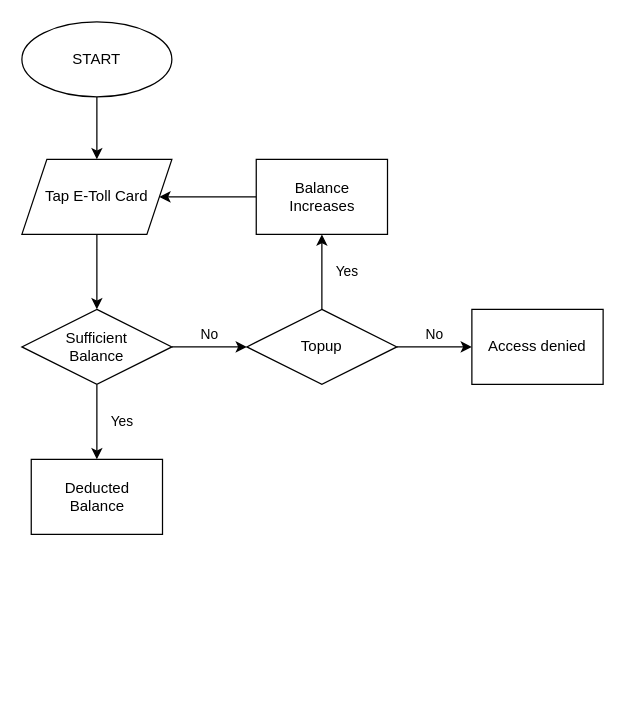
Earlier version of the draw.io diagram flowchart-EToll.drawio (PashaAkbar/Anwaripasha-Akbar-EToll). Source tidied: cells renumbered, new cells numbered last; positions are measured from the earlier drawing's top-left corner, leaving out a move shared by most shapes. Both pictures are drawn from the tidied source at 125%, with x=0, y=0 at pixel (21, 21).
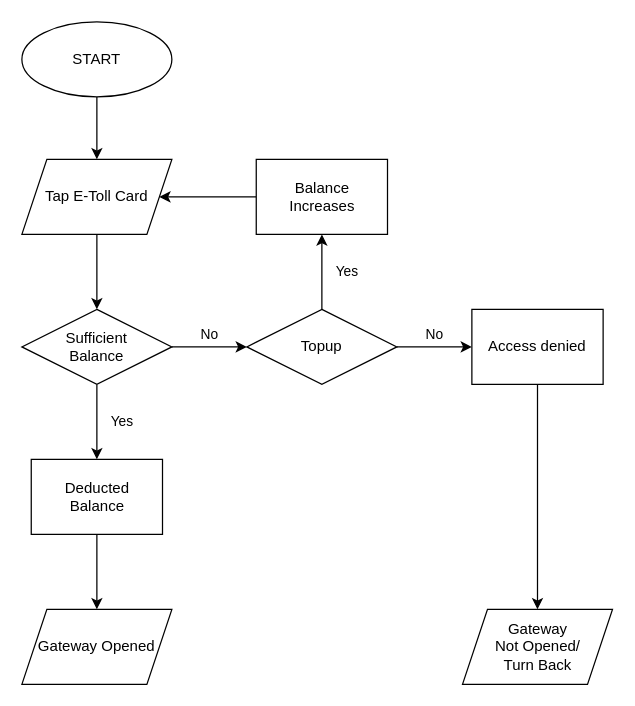
The same diagram, later.

Commit message:
Membuat Data Gateway Opened dan Gateway Not Opened and Turn Back

The edit, as a diff of the source:
```diff
@@
 <mxGraphModel>
   <root>
     <mxCell id="0" />
     <mxCell id="1" parent="0" />
     <mxCell id="2" style="edgeStyle=none;html=1;" parent="1" edge="1" source="3" target="5">
       <mxGeometry relative="1" as="geometry" />
     </mxCell>
     <mxCell id="3" value="START" style="ellipse;whiteSpace=wrap;html=1;" parent="1" vertex="1">
       <mxGeometry width="120" height="60" as="geometry" />
     </mxCell>
     <mxCell id="4" style="edgeStyle=none;html=1;" parent="1" edge="1" source="5" target="8">
       <mxGeometry relative="1" as="geometry" />
     </mxCell>
     <mxCell id="5" value="Tap E-Toll Card" style="shape=parallelogram;perimeter=parallelogramPerimeter;whiteSpace=wrap;html=1;fixedSize=1;" parent="1" vertex="1">
       <mxGeometry y="110" width="120" height="60" as="geometry" />
     </mxCell>
     <mxCell id="6" value="Yes" style="edgeStyle=none;html=1;" parent="1" edge="1" source="8" target="12">
       <mxGeometry y="20" relative="1" as="geometry" />
     </mxCell>
     <mxCell id="7" value="No" style="edgeStyle=none;html=1;" parent="1" edge="1" source="8" target="11">
       <mxGeometry y="10" relative="1" as="geometry" />
     </mxCell>
     <mxCell id="8" value="Sufficient&lt;br&gt;Balance" style="rhombus;whiteSpace=wrap;html=1;" parent="1" vertex="1">
       <mxGeometry y="230" width="120" height="60" as="geometry" />
     </mxCell>
     <mxCell id="9" value="Yes" style="edgeStyle=none;html=1;" parent="1" edge="1" source="11" target="14">
       <mxGeometry y="-20" relative="1" as="geometry" />
     </mxCell>
     <mxCell id="10" value="No" style="edgeStyle=none;html=1;" parent="1" edge="1" source="11" target="15">
       <mxGeometry y="10" relative="1" as="geometry" />
     </mxCell>
     <mxCell id="11" value="Topup" style="rhombus;whiteSpace=wrap;html=1;" parent="1" vertex="1">
       <mxGeometry x="180" y="230" width="120" height="60" as="geometry" />
     </mxCell>
+    <mxCell id="16" style="edgeStyle=none;html=1;" parent="1" edge="1" source="12" target="18">
+      <mxGeometry relative="1" as="geometry" />
+    </mxCell>
     <mxCell id="12" value="Deducted&lt;br&gt;Balance" style="rounded=0;whiteSpace=wrap;html=1;" parent="1" vertex="1">
       <mxGeometry x="7.5" y="350" width="105" height="60" as="geometry" />
     </mxCell>
     <mxCell id="13" style="edgeStyle=none;html=1;" parent="1" edge="1" source="14" target="5">
       <mxGeometry relative="1" as="geometry" />
     </mxCell>
     <mxCell id="14" value="Balance &lt;br&gt;Increases" style="rounded=0;whiteSpace=wrap;html=1;" parent="1" vertex="1">
       <mxGeometry x="187.5" y="110" width="105" height="60" as="geometry" />
     </mxCell>
+    <mxCell id="17" style="edgeStyle=none;html=1;exitX=0.5;exitY=1;exitDx=0;exitDy=0;entryX=0.5;entryY=0;entryDx=0;entryDy=0;" parent="1" edge="1" source="15" target="19">
+      <mxGeometry relative="1" as="geometry" />
+    </mxCell>
     <mxCell id="15" value="Access denied" style="rounded=0;whiteSpace=wrap;html=1;" parent="1" vertex="1">
       <mxGeometry x="360" y="230" width="105" height="60" as="geometry" />
     </mxCell>
+    <mxCell id="18" value="Gateway Opened" style="shape=parallelogram;perimeter=parallelogramPerimeter;whiteSpace=wrap;html=1;fixedSize=1;" parent="1" vertex="1">
+      <mxGeometry y="470" width="120" height="60" as="geometry" />
+    </mxCell>
+    <mxCell id="19" value="Gateway&lt;br&gt;Not Opened/&lt;br&gt;Turn Back" style="shape=parallelogram;perimeter=parallelogramPerimeter;whiteSpace=wrap;html=1;fixedSize=1;" parent="1" vertex="1">
+      <mxGeometry x="352.5" y="470" width="120" height="60" as="geometry" />
+    </mxCell>
   </root>
 </mxGraphModel>
```
